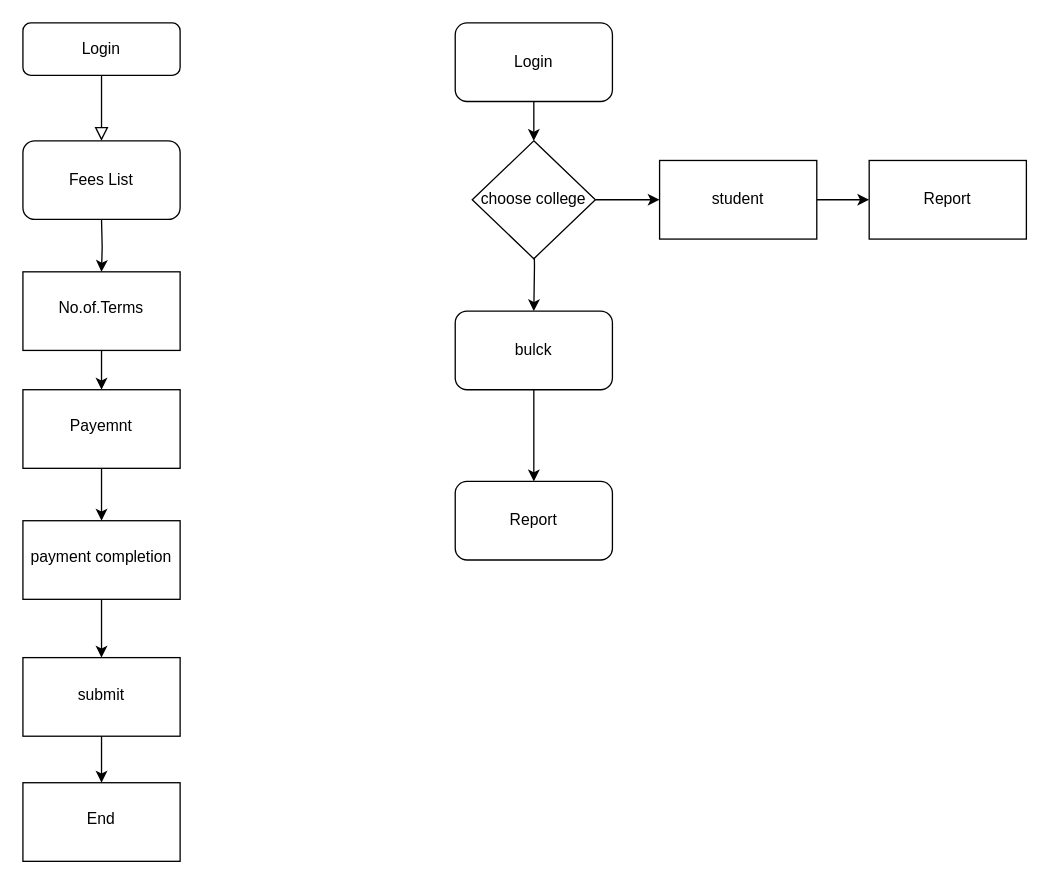
The draw.io diagram Untitled Diagram.drawio in Vinothkumar0311/flow_diagram, before the edit. Source tidied: cells renumbered, new cells numbered last; positions are measured from the earlier drawing's top-left corner, leaving out a move shared by most shapes. Both pictures are drawn from the tidied source at 131%, with x=0, y=0 at pixel (22, 22).
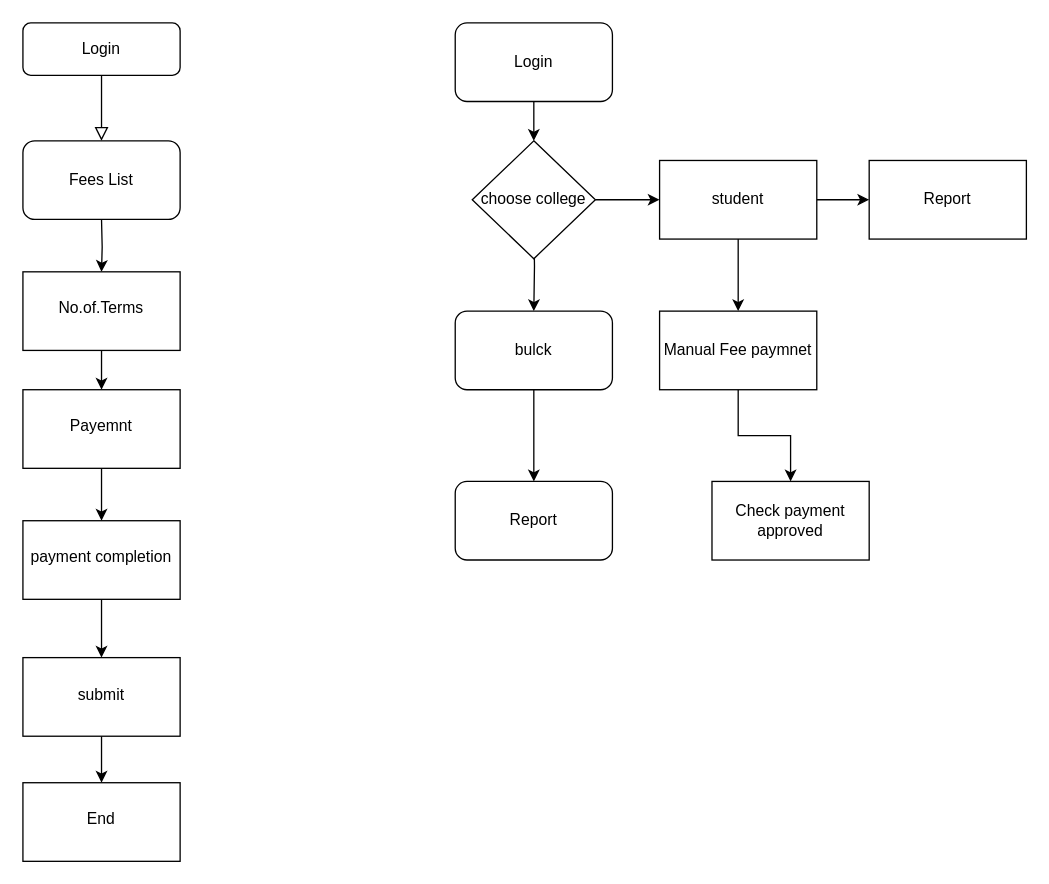
Above is the later version.

The change refers to these unchanged cells:
```xml
<mxCell id="23" value="student" style="whiteSpace=wrap;html=1;" parent="1" vertex="1">
  <mxGeometry x="486" y="105" width="120" height="60" as="geometry" />
</mxCell>
```

What changed in the source:
```diff
@@
+    <mxCell id="26" style="edgeStyle=orthogonalEdgeStyle;rounded=0;jettySize=auto;html=1;" parent="1" edge="1" source="23" target="28">
+      <mxGeometry relative="1" as="geometry" />
+    </mxCell>
@@
+    <mxCell id="27" style="edgeStyle=orthogonalEdgeStyle;rounded=0;jettySize=auto;html=1;" parent="1" edge="1" source="28" target="29">
+      <mxGeometry relative="1" as="geometry" />
+    </mxCell>
+    <mxCell id="28" value="Manual Fee paymnet" style="whiteSpace=wrap;html=1;" parent="1" vertex="1">
+      <mxGeometry x="486" y="220" width="120" height="60" as="geometry" />
+    </mxCell>
+    <mxCell id="29" value="Check payment approved" style="whiteSpace=wrap;html=1;" parent="1" vertex="1">
+      <mxGeometry x="526" y="350" width="120" height="60" as="geometry" />
+    </mxCell>
```
